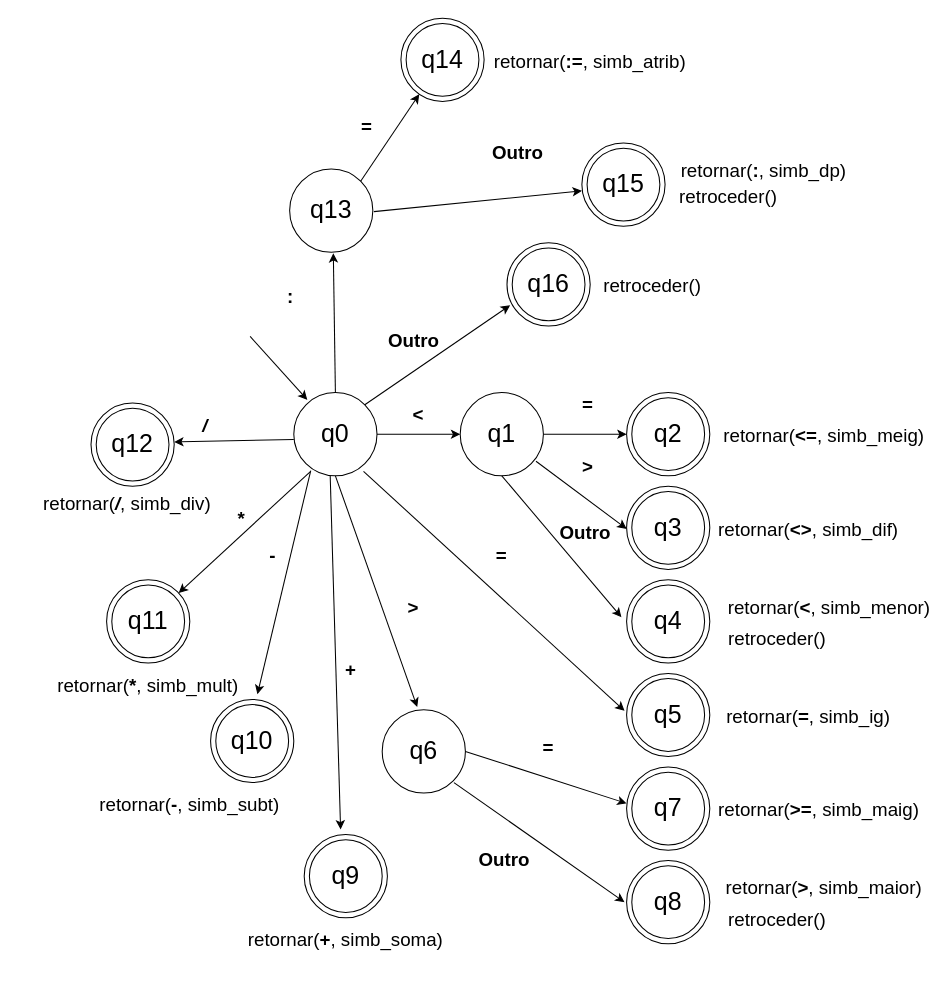
vvilliam26/compilador keeps this draw.io diagram as Automatos/automato_oprel_sinmat_atrib_dp.drawio. Above is the earlier version. Source tidied: cells renumbered, new cells numbered last; positions are measured from the earlier drawing's top-left corner, leaving out a move shared by most shapes. Both pictures are drawn from the tidied source at 104%, with x=0, y=0 at pixel (18, 18).
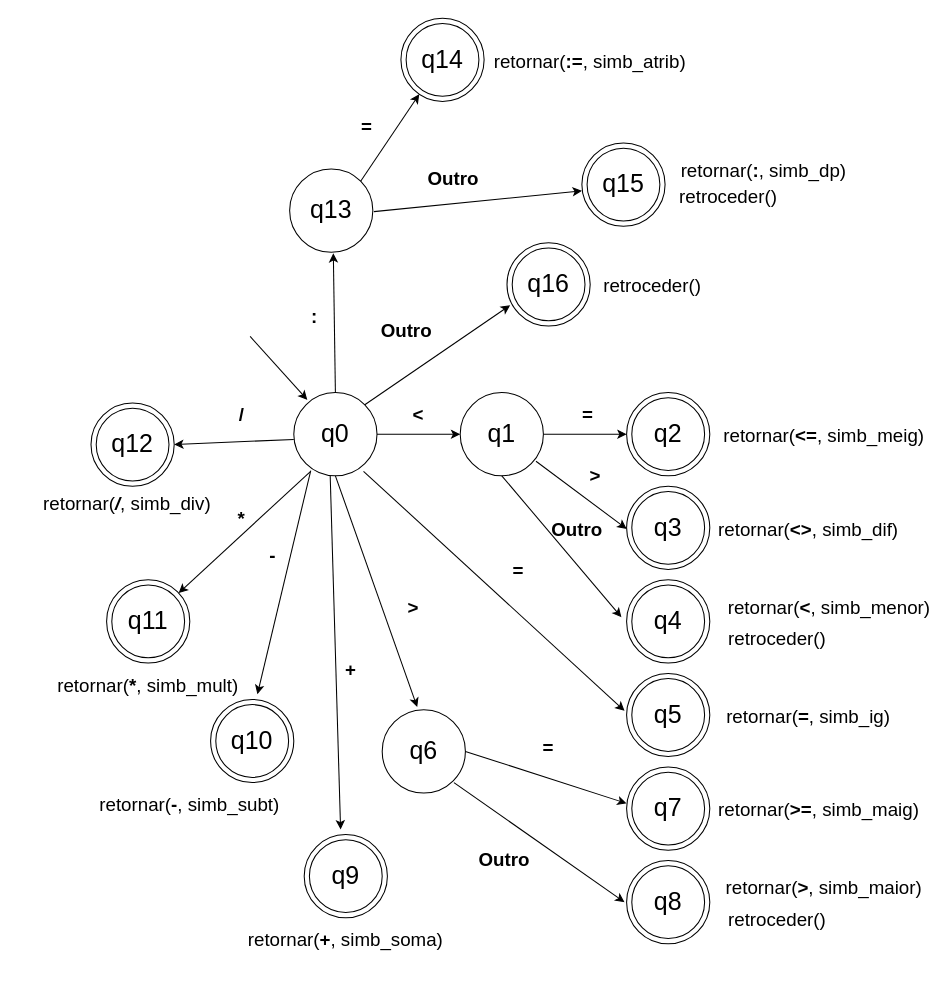
Above is the later version.

Commit message (it also covers changes not shown here):
automato_operel_sinmat_atrib_dp

The change refers to these unchanged cells:
```xml
<mxCell id="69" style="ellipse;whiteSpace=wrap;html=1;" parent="1" vertex="1">
  <mxGeometry x="70" y="370" width="80" height="80" as="geometry" />
</mxCell>
```

Diff of the diagram source:
```diff
@@
     <mxCell id="10" value="&lt;font style=&quot;font-size: 18px;&quot;&gt;&lt;b&gt;=&lt;/b&gt;&lt;/font&gt;" style="text;html=1;strokeColor=none;fillColor=none;align=center;verticalAlign=middle;whiteSpace=wrap;rounded=0;fontSize=24;" parent="1" vertex="1">
-      <mxGeometry x="517.5" y="335" width="60" height="70" as="geometry" />
+      <mxGeometry x="517.5" y="345" width="60" height="70" as="geometry" />
     </mxCell>
     <mxCell id="11" value="&lt;font style=&quot;font-size: 18px;&quot;&gt;&lt;b&gt;Outro&lt;/b&gt;&lt;/font&gt;" style="text;html=1;strokeColor=none;fillColor=none;align=center;verticalAlign=middle;whiteSpace=wrap;rounded=0;fontSize=24;" parent="1" vertex="1">
-      <mxGeometry x="512.5" y="475" width="65" height="35" as="geometry" />
+      <mxGeometry x="505" y="472.5" width="65" height="35" as="geometry" />
     </mxCell>
@@
     <mxCell id="24" value="&lt;font style=&quot;font-size: 18px;&quot;&gt;&lt;b&gt;&amp;gt;&lt;/b&gt;&lt;/font&gt;" style="text;html=1;strokeColor=none;fillColor=none;align=center;verticalAlign=middle;whiteSpace=wrap;rounded=0;fontSize=24;" parent="1" vertex="1">
-      <mxGeometry x="517.5" y="395" width="60" height="70" as="geometry" />
+      <mxGeometry x="525" y="402.5" width="60" height="70" as="geometry" />
     </mxCell>
@@
     <mxCell id="37" value="&lt;font style=&quot;font-size: 18px;&quot;&gt;&lt;b&gt;=&lt;/b&gt;&lt;/font&gt;" style="text;html=1;strokeColor=none;fillColor=none;align=center;verticalAlign=middle;whiteSpace=wrap;rounded=0;fontSize=24;" parent="1" vertex="1">
-      <mxGeometry x="435" y="480" width="60" height="70" as="geometry" />
+      <mxGeometry x="450.5" y="495" width="60" height="70" as="geometry" />
     </mxCell>
@@
-    <mxCell id="73" style="endArrow=classic;html=1;rounded=0;exitX=0.199;exitY=0.949;exitDx=0;exitDy=0;exitPerimeter=0;entryX=0;entryY=0.75;entryDx=0;entryDy=0;" parent="1" edge="1" target="74">
+    <mxCell id="73" style="endArrow=classic;html=1;rounded=0;exitX=0.199;exitY=0.949;exitDx=0;exitDy=0;exitPerimeter=0;entryX=1;entryY=0.5;entryDx=0;entryDy=0;" parent="1" edge="1" target="69">
       <mxGeometry relative="1" as="geometry">
         <mxPoint x="265" y="405" as="sourcePoint" />
       </mxGeometry>
     </mxCell>
-    <mxCell id="74" value="&lt;span style=&quot;font-size: 18px;&quot;&gt;&lt;b&gt;&lt;i&gt;/&lt;/i&gt;&lt;/b&gt;&lt;/span&gt;" style="text;html=1;strokeColor=none;fillColor=none;align=center;verticalAlign=middle;whiteSpace=wrap;rounded=0;fontSize=24;" parent="1" vertex="1">
-      <mxGeometry x="150" y="355" width="60" height="70" as="geometry" />
-    </mxCell>
@@
     <mxCell id="86" value="&lt;font style=&quot;font-size: 18px;&quot;&gt;&lt;b&gt;:&lt;/b&gt;&lt;/font&gt;" style="text;html=1;strokeColor=none;fillColor=none;align=center;verticalAlign=middle;whiteSpace=wrap;rounded=0;fontSize=24;" parent="1" vertex="1">
-      <mxGeometry x="232" y="251" width="60" height="30" as="geometry" />
+      <mxGeometry x="255" y="271" width="60" height="30" as="geometry" />
     </mxCell>
@@
     <mxCell id="89" value="&lt;font style=&quot;font-size: 18px;&quot;&gt;&lt;b&gt;Outro&lt;/b&gt;&lt;/font&gt;" style="text;html=1;strokeColor=none;fillColor=none;align=center;verticalAlign=middle;whiteSpace=wrap;rounded=0;fontSize=24;" parent="1" vertex="1">
-      <mxGeometry x="448" y="110" width="65" height="35" as="geometry" />
+      <mxGeometry x="385.5" y="135" width="65" height="35" as="geometry" />
     </mxCell>
@@
     <mxCell id="97" value="&lt;font style=&quot;font-size: 18px;&quot;&gt;&lt;b&gt;Outro&lt;/b&gt;&lt;/font&gt;" style="text;html=1;strokeColor=none;fillColor=none;align=center;verticalAlign=middle;whiteSpace=wrap;rounded=0;fontSize=24;" parent="1" vertex="1">
-      <mxGeometry x="347.5" y="291" width="65" height="35" as="geometry" />
+      <mxGeometry x="341" y="281" width="65" height="35" as="geometry" />
     </mxCell>
+    <mxCell id="74" value="&lt;span style=&quot;font-size: 18px;&quot;&gt;&lt;b&gt;/&lt;/b&gt;&lt;/span&gt;" style="text;html=1;strokeColor=none;fillColor=none;align=center;verticalAlign=middle;whiteSpace=wrap;rounded=0;fontSize=24;" parent="1" vertex="1">
+      <mxGeometry x="185" y="345" width="60" height="70" as="geometry" />
+    </mxCell>
```
